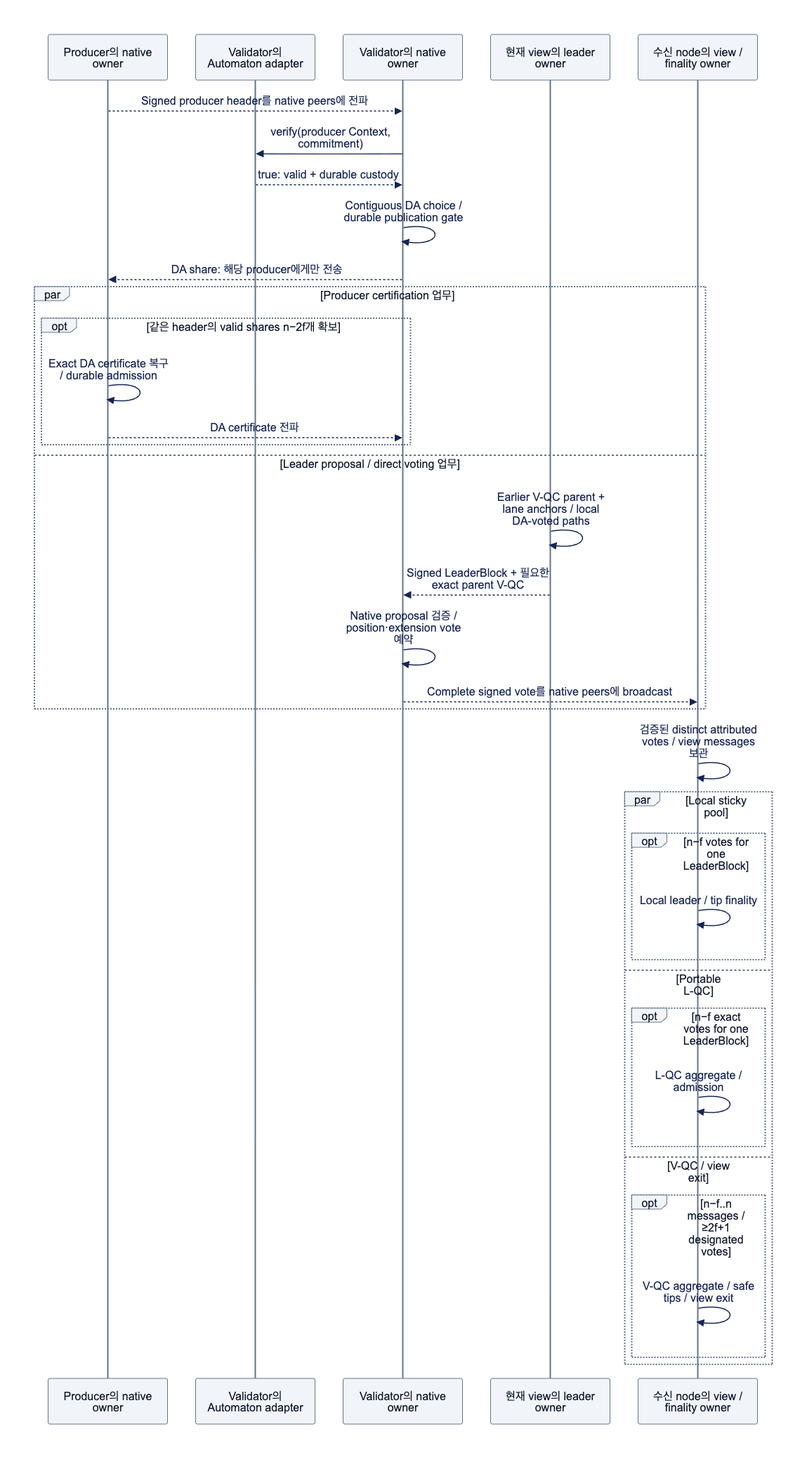
The Mermaid diagram assets/diagrams/diagram-15.png in djm07073/baton-research, before a commit. Its source is kept beside it as assets/diagrams/diagram-15.mmd.
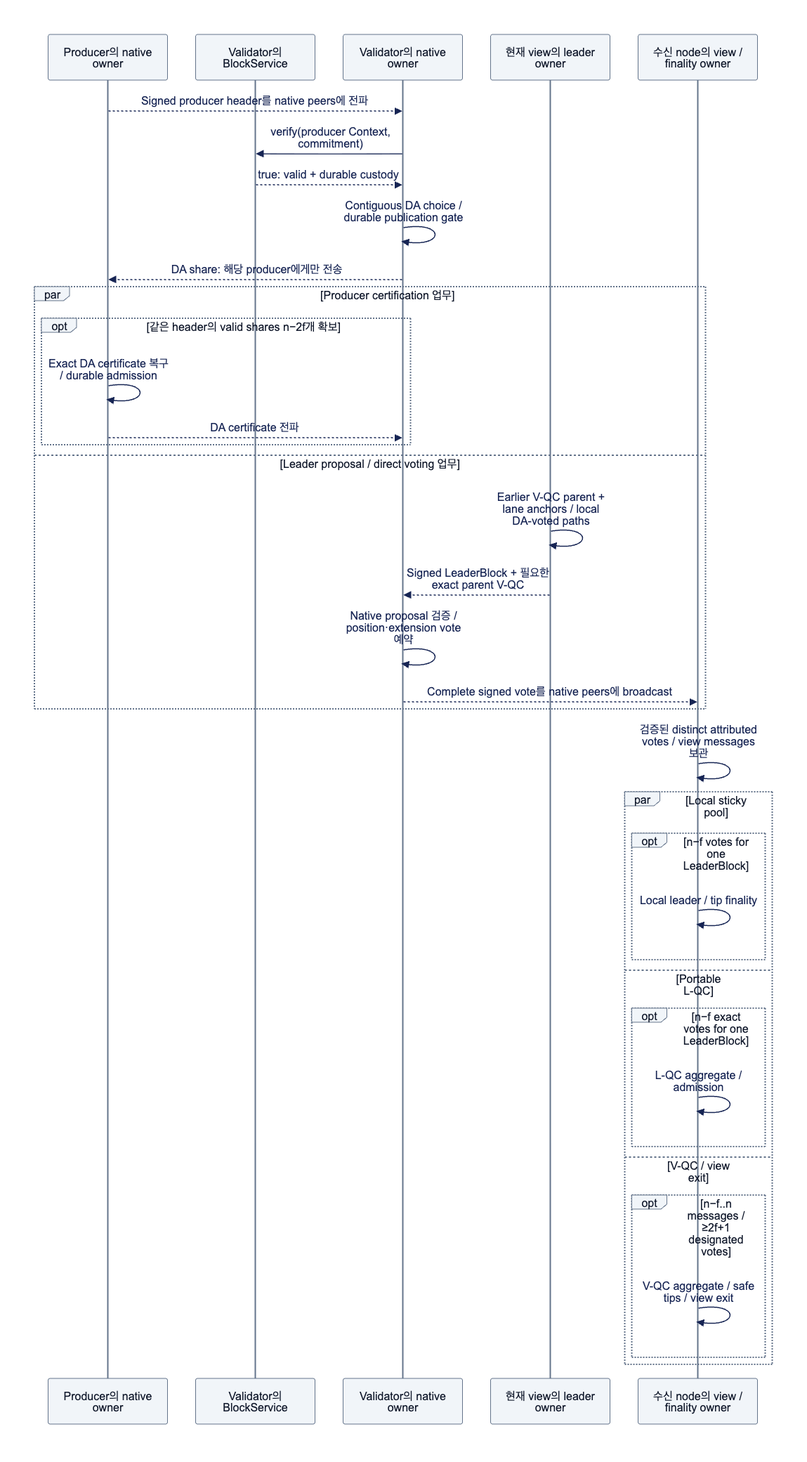
Above is the later version.

What changed in the source:
```diff
@@ -1,6 +1,6 @@
 sequenceDiagram
     participant P as Producer의 native owner
-    participant A as Validator의 Automaton adapter
+    participant A as Validator의 BlockService
     participant V as Validator의 native owner
     participant L as 현재 view의 leader owner
     participant F as 수신 node의 view / finality owner
```
